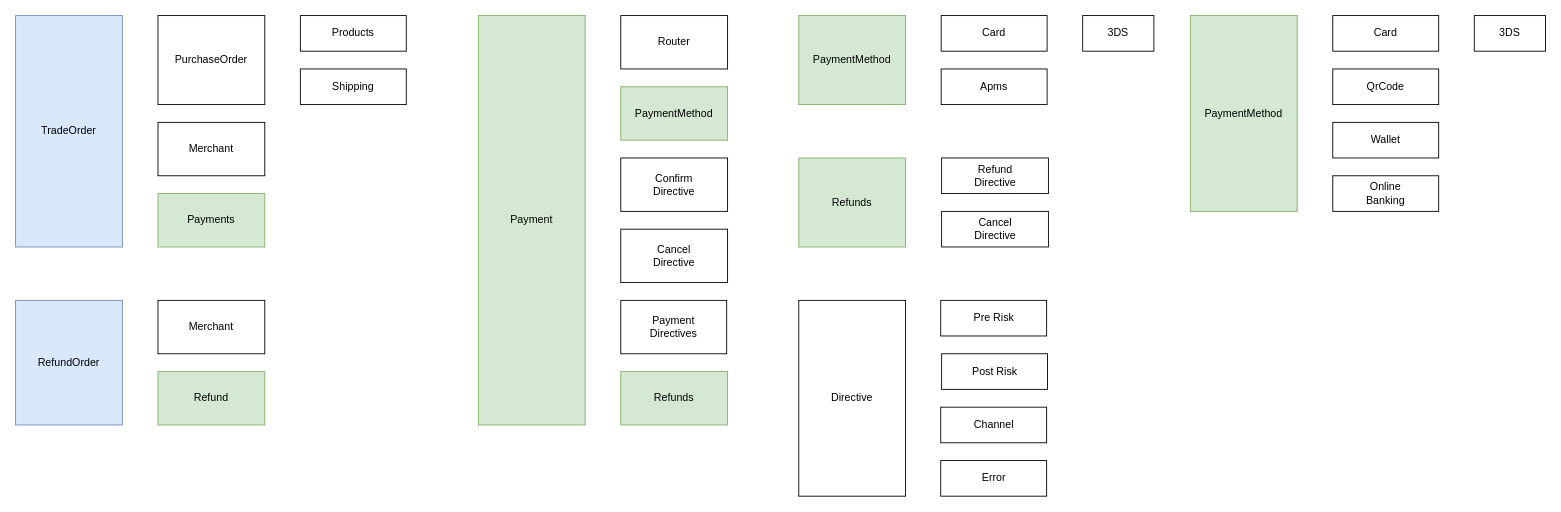
Before: page "模型关系图" (2 of 9) of 支付架构.drawio in JudeSheng/design, a draw.io diagram. Source tidied: cells renumbered, new cells numbered last; positions are measured from the earlier drawing's top-left corner, leaving out a move shared by most shapes. Both pictures are drawn from the tidied source at 89%, with x=0, y=0 at pixel (15, 15).
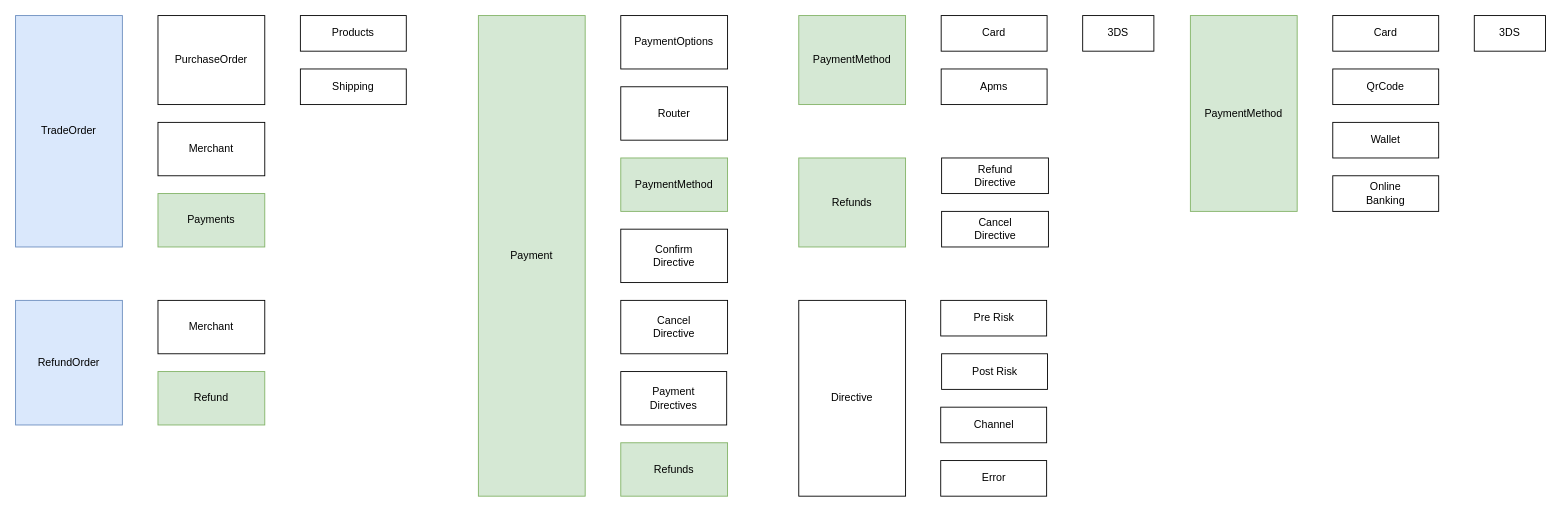
The same diagram, later.

Diff of the diagram source:
```diff
@@
     <mxCell id="2" value="Payment" style="rounded=0;whiteSpace=wrap;html=1;fillColor=#d5e8d4;strokeColor=#82b366;" parent="1" vertex="1">
-      <mxGeometry x="520" width="120" height="460" as="geometry" />
+      <mxGeometry x="520" width="120" height="540" as="geometry" />
     </mxCell>
     <mxCell id="3" value="Confirm&lt;br&gt;Directive" style="rounded=0;whiteSpace=wrap;html=1;" parent="1" vertex="1">
-      <mxGeometry x="680" y="160" width="120" height="60" as="geometry" />
+      <mxGeometry x="680" y="240" width="120" height="60" as="geometry" />
     </mxCell>
     <mxCell id="4" value="Cancel&lt;br&gt;Directive" style="rounded=0;whiteSpace=wrap;html=1;" parent="1" vertex="1">
-      <mxGeometry x="680" y="240" width="120" height="60" as="geometry" />
+      <mxGeometry x="680" y="320" width="120" height="60" as="geometry" />
     </mxCell>
     <mxCell id="5" value="Payment&lt;br&gt;Directives" style="rounded=0;whiteSpace=wrap;html=1;" parent="1" vertex="1">
-      <mxGeometry x="680" y="320" width="119" height="60" as="geometry" />
+      <mxGeometry x="680" y="400" width="119" height="60" as="geometry" />
     </mxCell>
     <mxCell id="6" value="Router" style="rounded=0;whiteSpace=wrap;html=1;" parent="1" vertex="1">
-      <mxGeometry x="680" width="120" height="60" as="geometry" />
+      <mxGeometry x="680" y="80" width="120" height="60" as="geometry" />
     </mxCell>
@@
     <mxCell id="24" value="&lt;div class=&quot;lake-content&quot;&gt;&lt;span class=&quot;ne-text&quot;&gt;PaymentMethod&lt;/span&gt;&lt;/div&gt;" style="rounded=0;whiteSpace=wrap;html=1;fillColor=#d5e8d4;strokeColor=#82b366;" parent="1" vertex="1">
-      <mxGeometry x="680" y="80" width="120" height="60" as="geometry" />
+      <mxGeometry x="680" y="160" width="120" height="60" as="geometry" />
     </mxCell>
@@
     <mxCell id="29" value="Refunds" style="rounded=0;whiteSpace=wrap;html=1;fillColor=#d5e8d4;strokeColor=#82b366;" parent="1" vertex="1">
-      <mxGeometry x="680" y="400" width="120" height="60" as="geometry" />
+      <mxGeometry x="680" y="480" width="120" height="60" as="geometry" />
     </mxCell>
@@
+    <mxCell id="36" value="PaymentOptions" style="rounded=0;whiteSpace=wrap;html=1;" parent="1" vertex="1">
+      <mxGeometry x="680" width="120" height="60" as="geometry" />
+    </mxCell>
```
